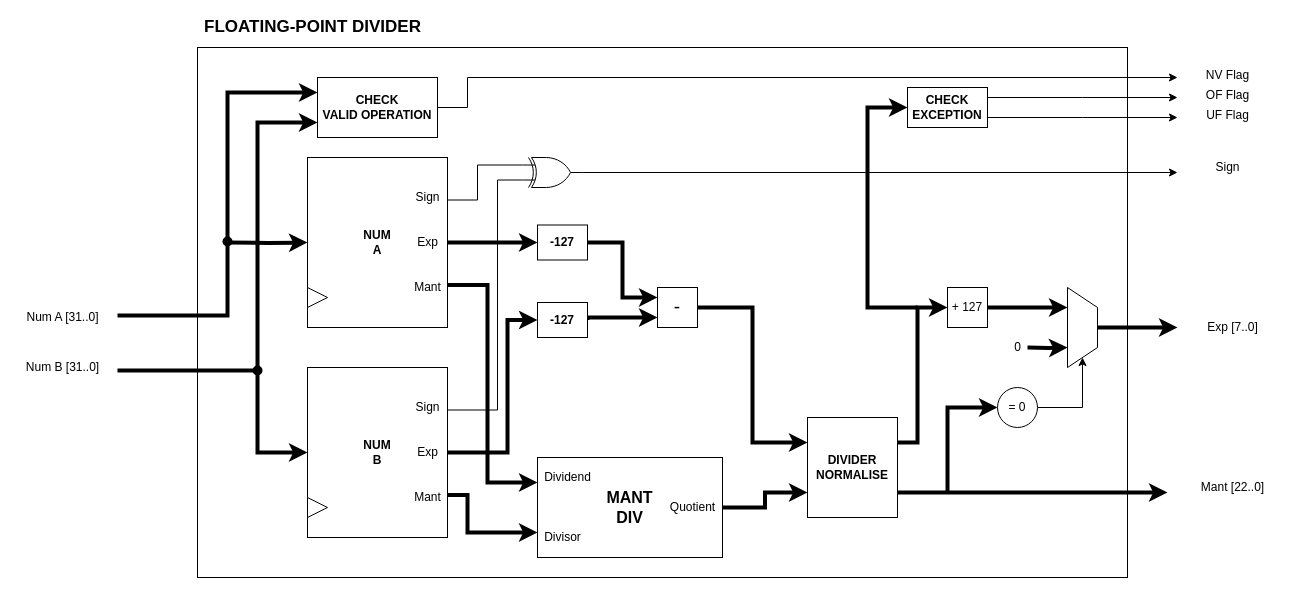
The draw.io diagram page "FP-Div" (10 of 12) of Diagrams/Floating-point.drawio in hohaicongthuan/Project-2, before the edit. Source tidied: cells renumbered, new cells numbered last; positions are measured from the earlier drawing's top-left corner, leaving out a move shared by most shapes. Both pictures are drawn from the tidied source at 100%, with x=0, y=0 at pixel (17, 17).
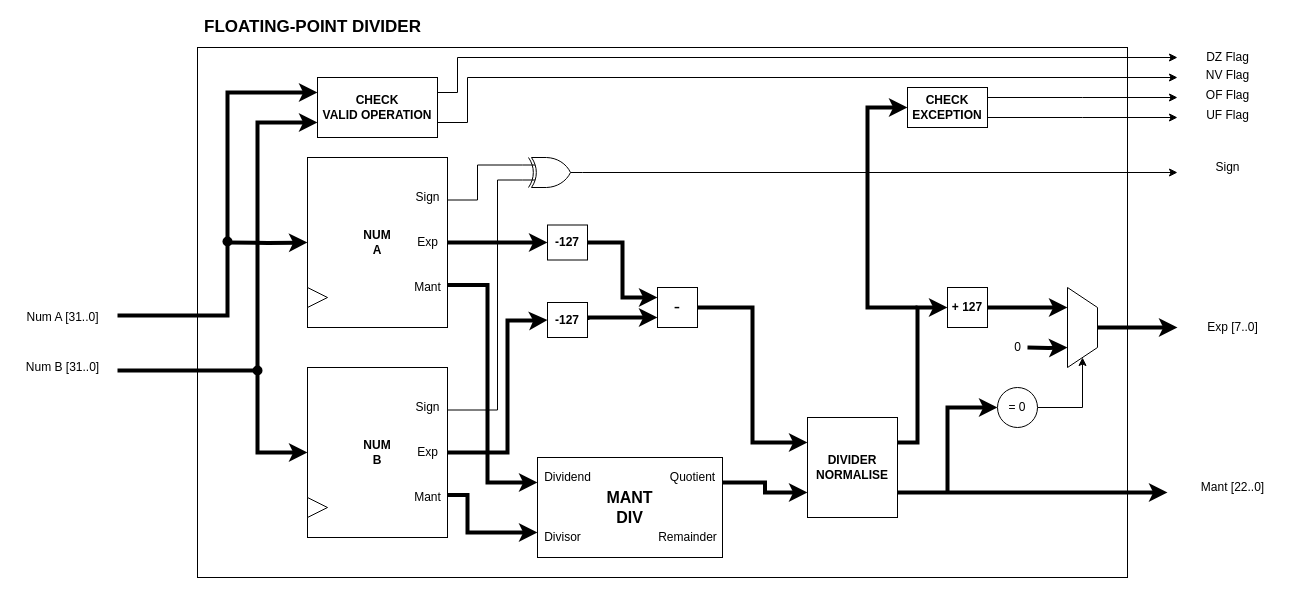
The same diagram, later.

The change refers to these unchanged cells:
```xml
<mxCell id="18" value="&lt;font face=&quot;poppins, arial, sans-serif&quot;&gt;&lt;span style=&quot;font-size: 16px ; background-color: rgb(255 , 255 , 255)&quot;&gt;&lt;b&gt;MANT&lt;br&gt;DIV&lt;br&gt;&lt;/b&gt;&lt;/span&gt;&lt;/font&gt;" style="rounded=0;whiteSpace=wrap;html=1;" parent="1" vertex="1">
  <mxGeometry x="520" y="440" width="185" height="100" as="geometry" />
</mxCell>
<mxCell id="36" value="&lt;font style=&quot;font-size: 12px&quot;&gt;&lt;b&gt;DIVIDER&lt;br&gt;NORMALISE&lt;/b&gt;&lt;/font&gt;" style="rounded=0;whiteSpace=wrap;html=1;" parent="1" vertex="1">
  <mxGeometry x="790" y="400" width="90" height="100" as="geometry" />
</mxCell>
<mxCell id="41" value="&lt;b&gt;CHECK&lt;br&gt;VALID OPERATION&lt;/b&gt;" style="rounded=0;whiteSpace=wrap;html=1;" parent="1" vertex="1">
  <mxGeometry x="300" y="60" width="120" height="60" as="geometry" />
</mxCell>
```

What changed in the source:
```diff
@@
     <mxCell id="12" value="&lt;b&gt;-127&lt;/b&gt;" style="rounded=0;whiteSpace=wrap;html=1;" parent="1" vertex="1">
-      <mxGeometry x="520" y="207.5" width="50" height="35" as="geometry" />
+      <mxGeometry x="530" y="207.5" width="40" height="35" as="geometry" />
     </mxCell>
@@
     <mxCell id="14" value="&lt;b&gt;-127&lt;/b&gt;" style="rounded=0;whiteSpace=wrap;html=1;" parent="1" vertex="1">
-      <mxGeometry x="520" y="285" width="50" height="35" as="geometry" />
+      <mxGeometry x="530" y="285" width="40" height="35" as="geometry" />
     </mxCell>
@@
-    <mxCell id="33" value="&lt;font style=&quot;font-size: 12px&quot;&gt;+ 127&lt;/font&gt;" style="rounded=0;whiteSpace=wrap;html=1;" parent="1" vertex="1">
+    <mxCell id="33" value="&lt;font style=&quot;font-size: 12px&quot;&gt;&lt;b&gt;+ 127&lt;/b&gt;&lt;/font&gt;" style="rounded=0;whiteSpace=wrap;html=1;" parent="1" vertex="1">
       <mxGeometry x="930" y="270" width="40" height="40" as="geometry" />
     </mxCell>
@@
-    <mxCell id="37" style="edgeStyle=orthogonalEdgeStyle;rounded=0;jettySize=auto;html=1;exitX=1;exitY=0.5;exitDx=0;exitDy=0;endArrow=classic;endFill=1;strokeWidth=4;entryX=0;entryY=0.75;entryDx=0;entryDy=0;" parent="1" edge="1" source="18" target="36">
+    <mxCell id="37" style="edgeStyle=orthogonalEdgeStyle;rounded=0;jettySize=auto;html=1;exitX=1;exitY=0.25;exitDx=0;exitDy=0;endArrow=classic;endFill=1;strokeWidth=4;entryX=0;entryY=0.75;entryDx=0;entryDy=0;" parent="1" edge="1" source="18" target="36">
       <mxGeometry relative="1" as="geometry" />
     </mxCell>
@@
-    <mxCell id="40" style="edgeStyle=orthogonalEdgeStyle;rounded=0;jettySize=auto;html=1;exitX=1;exitY=0.5;exitDx=0;exitDy=0;strokeWidth=1;" parent="1" edge="1" source="41">
+    <mxCell id="40" style="edgeStyle=orthogonalEdgeStyle;rounded=0;jettySize=auto;html=1;exitX=1;exitY=0.75;exitDx=0;exitDy=0;strokeWidth=1;" parent="1" edge="1" source="41">
       <mxGeometry relative="1" as="geometry">
         <mxPoint x="1160" y="60" as="targetPoint" />
         <Array as="points">
-          <mxPoint x="450" y="90" />
+          <mxPoint x="450" y="105" />
           <mxPoint x="450" y="60" />
         </Array>
       </mxGeometry>
     </mxCell>
+    <mxCell id="65" style="edgeStyle=orthogonalEdgeStyle;rounded=0;jettySize=auto;html=1;exitX=1;exitY=0.25;exitDx=0;exitDy=0;" parent="1" edge="1" source="41">
+      <mxGeometry relative="1" as="geometry">
+        <mxPoint x="1160" y="40" as="targetPoint" />
+        <Array as="points">
+          <mxPoint x="440" y="75" />
+          <mxPoint x="440" y="40" />
+        </Array>
+      </mxGeometry>
+    </mxCell>
@@
     <mxCell id="64" value="Quotient" style="text;html=1;align=center;verticalAlign=middle;strokeColor=none;fillColor=none;" parent="1" vertex="1">
-      <mxGeometry x="645" y="480" width="60" height="20" as="geometry" />
+      <mxGeometry x="645" y="450" width="60" height="20" as="geometry" />
     </mxCell>
+    <mxCell id="66" value="Remainder" style="text;html=1;align=center;verticalAlign=middle;strokeColor=none;fillColor=none;" parent="1" vertex="1">
+      <mxGeometry x="635" y="510" width="70" height="20" as="geometry" />
+    </mxCell>
+    <mxCell id="67" value="DZ Flag" style="text;html=1;align=center;verticalAlign=middle;strokeColor=none;fillColor=none;" parent="1" vertex="1">
+      <mxGeometry x="1180" y="30" width="60" height="20" as="geometry" />
+    </mxCell>
```
